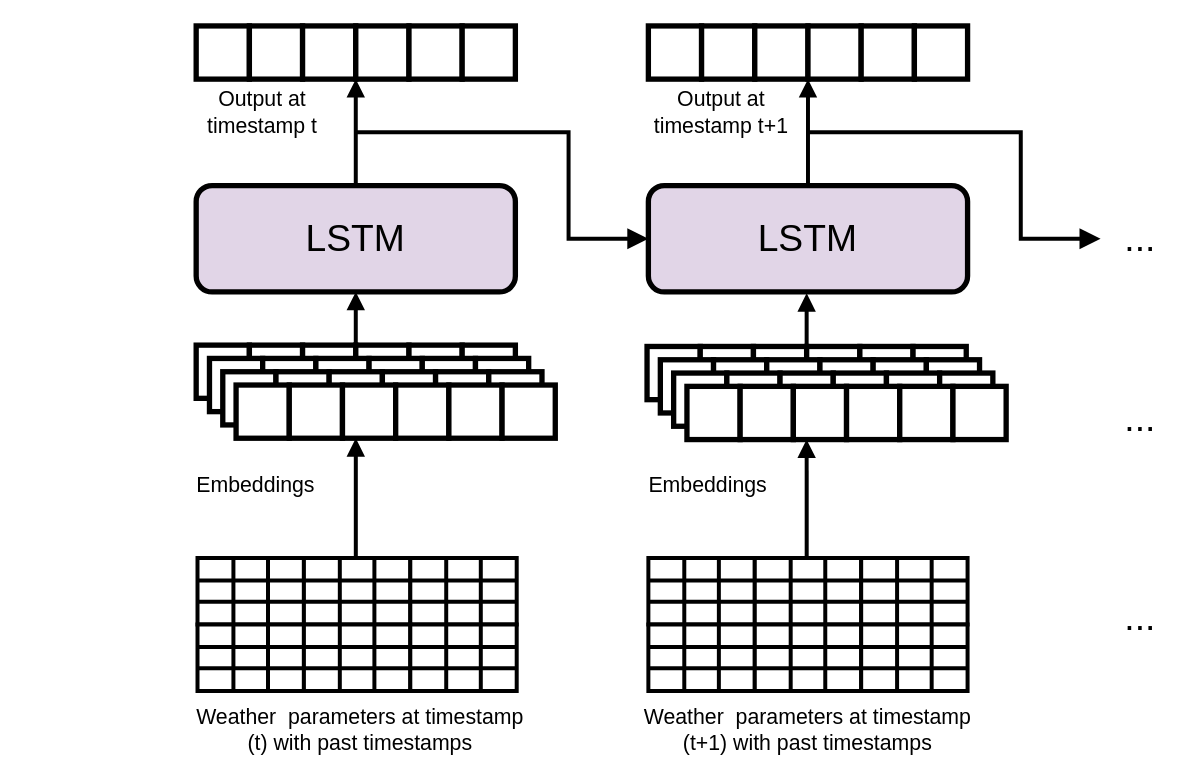
viniciusrpb/drawio_flowcharts keeps this draw.io diagram as carol.drawio. Above is the earlier version. Source tidied: cells renumbered, new cells numbered last; positions are measured from the earlier drawing's top-left corner, leaving out a move shared by most shapes. Both pictures are drawn from the tidied source at 133%, with x=0, y=0 at pixel (192, 25).
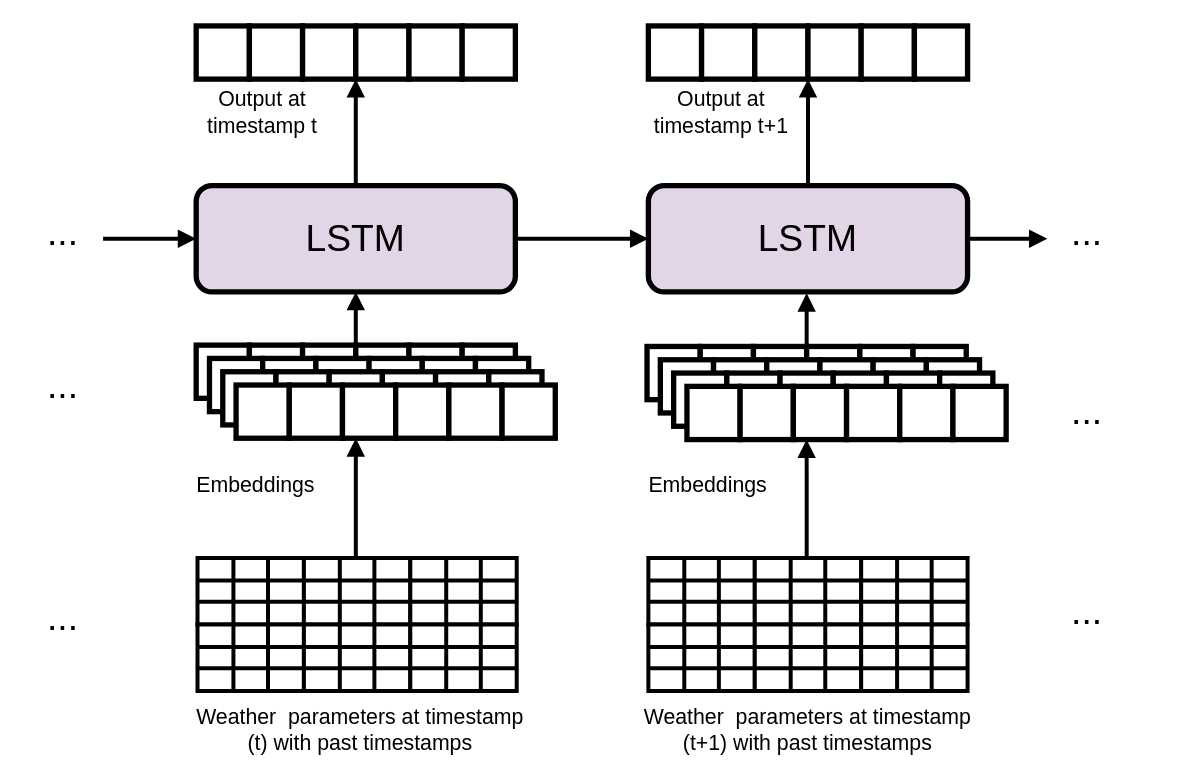
The same diagram, later.

The change refers to these unchanged cells:
```xml
<mxCell id="3" value="LSTM" style="rounded=1;whiteSpace=wrap;html=1;strokeWidth=4;fontSize=28;fillColor=#e1d5e7;strokeColor=#000000;" parent="1" vertex="1">
  <mxGeometry x="3" y="120" width="240" height="80" as="geometry" />
</mxCell>
<mxCell id="100" value="LSTM" style="rounded=1;whiteSpace=wrap;html=1;strokeWidth=4;fontSize=28;fillColor=#e1d5e7;strokeColor=#000000;" parent="1" vertex="1">
  <mxGeometry x="343" y="120" width="240" height="80" as="geometry" />
</mxCell>
```

Change to the diagram source:
```diff
@@
+    <mxCell id="237" style="edgeStyle=orthogonalEdgeStyle;rounded=0;jettySize=auto;html=1;entryX=0;entryY=0.5;entryDx=0;entryDy=0;strokeWidth=3;endArrow=block;endFill=1;" parent="1" edge="1" source="3" target="100">
+      <mxGeometry relative="1" as="geometry" />
+    </mxCell>
@@
+    <mxCell id="238" style="edgeStyle=orthogonalEdgeStyle;rounded=0;jettySize=auto;html=1;strokeWidth=3;endArrow=block;endFill=1;" parent="1" edge="1" source="100">
+      <mxGeometry relative="1" as="geometry">
+        <mxPoint x="643" y="160" as="targetPoint" />
+      </mxGeometry>
+    </mxCell>
@@
-    <mxCell id="109" style="edgeStyle=segmentEdgeStyle;endArrow=block;html=1;curved=0;rounded=0;endSize=8;startSize=8;entryX=0;entryY=0.5;entryDx=0;entryDy=0;strokeWidth=3;endFill=1;" parent="1" edge="1" target="100">
-      <mxGeometry relative="1" as="geometry">
-        <mxPoint x="123" y="80" as="sourcePoint" />
-        <Array as="points">
-          <mxPoint x="283" y="80" />
-          <mxPoint x="283" y="160" />
-        </Array>
-      </mxGeometry>
-    </mxCell>
@@
-    <mxCell id="233" style="edgeStyle=segmentEdgeStyle;endArrow=block;html=1;curved=0;rounded=0;endSize=8;startSize=8;entryX=0;entryY=0.5;entryDx=0;entryDy=0;strokeWidth=3;endFill=1;" parent="1" edge="1">
-      <mxGeometry relative="1" as="geometry">
-        <mxPoint x="463" y="80" as="sourcePoint" />
-        <mxPoint x="683" y="160" as="targetPoint" />
-        <Array as="points">
-          <mxPoint x="623" y="80" />
-          <mxPoint x="623" y="160" />
-        </Array>
-      </mxGeometry>
-    </mxCell>
     <mxCell id="234" value="..." style="text;html=1;strokeColor=none;fillColor=none;align=center;verticalAlign=middle;whiteSpace=wrap;rounded=0;fontSize=28;" parent="1" vertex="1">
-      <mxGeometry x="683" y="145" width="60" height="30" as="geometry" />
+      <mxGeometry x="643" y="140" width="60" height="30" as="geometry" />
     </mxCell>
     <mxCell id="235" value="..." style="text;html=1;strokeColor=none;fillColor=none;align=center;verticalAlign=middle;whiteSpace=wrap;rounded=0;fontSize=28;" parent="1" vertex="1">
-      <mxGeometry x="683" y="430" width="60" height="30" as="geometry" />
+      <mxGeometry x="643" y="425" width="60" height="30" as="geometry" />
     </mxCell>
     <mxCell id="236" value="..." style="text;html=1;strokeColor=none;fillColor=none;align=center;verticalAlign=middle;whiteSpace=wrap;rounded=0;fontSize=28;" parent="1" vertex="1">
-      <mxGeometry x="683" y="280" width="60" height="30" as="geometry" />
+      <mxGeometry x="643" y="275" width="60" height="30" as="geometry" />
     </mxCell>
+    <mxCell id="239" style="endArrow=block;html=1;rounded=0;entryX=0;entryY=0.5;entryDx=0;entryDy=0;strokeWidth=3;endFill=1;" parent="1" edge="1" target="3">
+      <mxGeometry relative="1" as="geometry">
+        <mxPoint x="-67" y="160" as="sourcePoint" />
+      </mxGeometry>
+    </mxCell>
+    <mxCell id="240" value="..." style="text;html=1;strokeColor=none;fillColor=none;align=center;verticalAlign=middle;whiteSpace=wrap;rounded=0;fontSize=28;" parent="1" vertex="1">
+      <mxGeometry x="-127" y="140" width="60" height="30" as="geometry" />
+    </mxCell>
+    <mxCell id="241" value="..." style="text;html=1;strokeColor=none;fillColor=none;align=center;verticalAlign=middle;whiteSpace=wrap;rounded=0;fontSize=28;" parent="1" vertex="1">
+      <mxGeometry x="-127" y="255" width="60" height="30" as="geometry" />
+    </mxCell>
+    <mxCell id="242" value="..." style="text;html=1;strokeColor=none;fillColor=none;align=center;verticalAlign=middle;whiteSpace=wrap;rounded=0;fontSize=28;" parent="1" vertex="1">
+      <mxGeometry x="-127" y="430" width="60" height="30" as="geometry" />
+    </mxCell>
```
